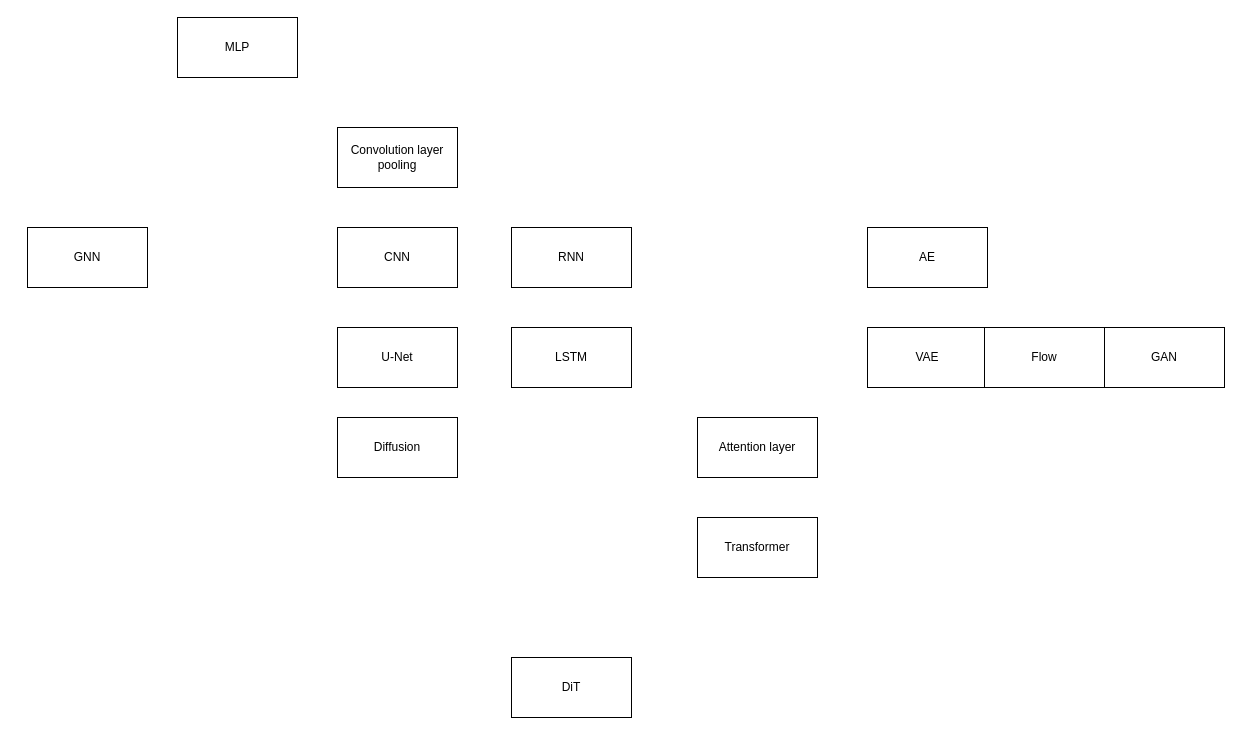
The draw.io diagram deep learning.drawio in shawnguo327/Draw-io-cloud, before the edit. Source tidied: cells renumbered, new cells numbered last; positions are measured from the earlier drawing's top-left corner, leaving out a move shared by most shapes. Both pictures are drawn from the tidied source at 100%, with x=0, y=0 at pixel (27, 17).
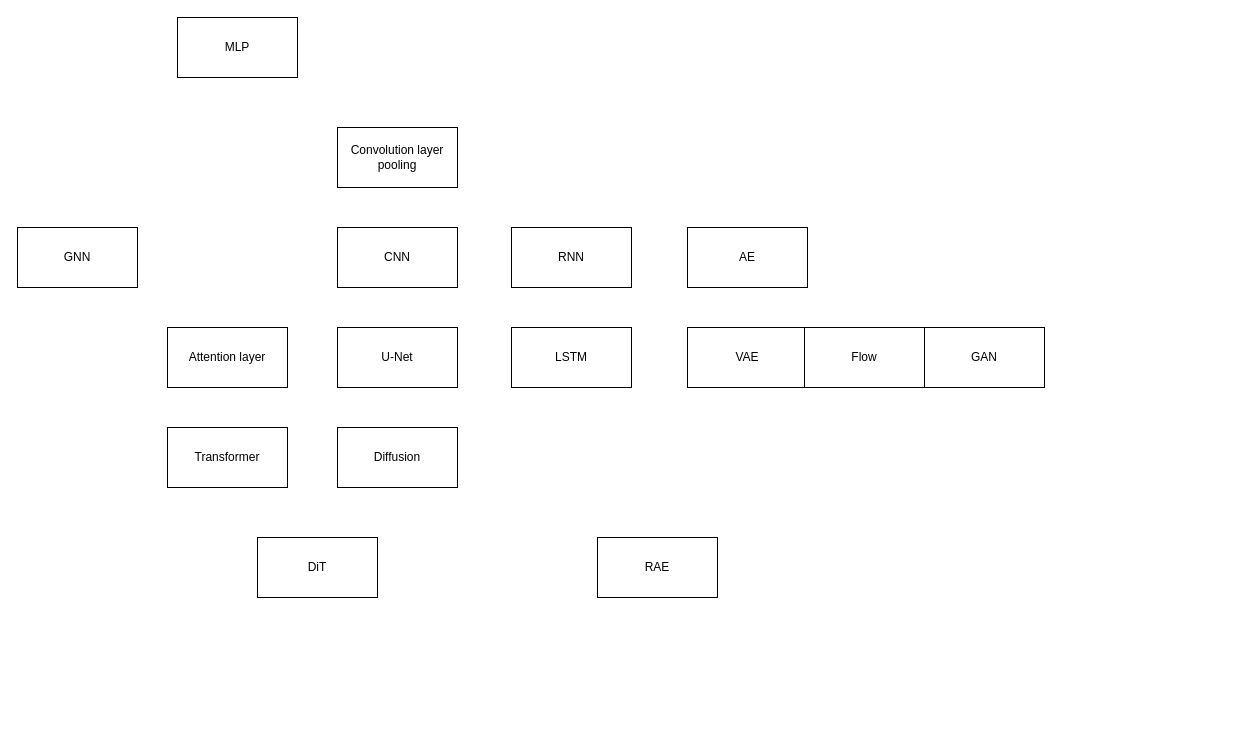
The same page after the edit.

Change to the diagram source:
```diff
@@
 <mxGraphModel>
   <root>
     <mxCell id="0" />
     <mxCell id="1" parent="0" />
     <mxCell id="2" value="MLP" style="rounded=0;whiteSpace=wrap;html=1;" parent="1" vertex="1">
       <mxGeometry x="150" width="120" height="60" as="geometry" />
     </mxCell>
     <mxCell id="3" value="CNN" style="rounded=0;whiteSpace=wrap;html=1;" parent="1" vertex="1">
       <mxGeometry x="310" y="210" width="120" height="60" as="geometry" />
     </mxCell>
     <mxCell id="4" value="RNN" style="rounded=0;whiteSpace=wrap;html=1;" parent="1" vertex="1">
       <mxGeometry x="484" y="210" width="120" height="60" as="geometry" />
     </mxCell>
     <mxCell id="5" value="LSTM" style="rounded=0;whiteSpace=wrap;html=1;" parent="1" vertex="1">
       <mxGeometry x="484" y="310" width="120" height="60" as="geometry" />
     </mxCell>
     <mxCell id="6" value="Attention layer" style="rounded=0;whiteSpace=wrap;html=1;" parent="1" vertex="1">
-      <mxGeometry x="670" y="400" width="120" height="60" as="geometry" />
+      <mxGeometry x="140" y="310" width="120" height="60" as="geometry" />
     </mxCell>
     <mxCell id="7" value="U-Net" style="rounded=0;whiteSpace=wrap;html=1;" parent="1" vertex="1">
       <mxGeometry x="310" y="310" width="120" height="60" as="geometry" />
     </mxCell>
     <mxCell id="8" value="Transformer" style="rounded=0;whiteSpace=wrap;html=1;" parent="1" vertex="1">
-      <mxGeometry x="670" y="500" width="120" height="60" as="geometry" />
+      <mxGeometry x="140" y="410" width="120" height="60" as="geometry" />
     </mxCell>
     <mxCell id="9" value="VAE" style="rounded=0;whiteSpace=wrap;html=1;" parent="1" vertex="1">
-      <mxGeometry x="840" y="310" width="120" height="60" as="geometry" />
+      <mxGeometry x="660" y="310" width="120" height="60" as="geometry" />
     </mxCell>
     <mxCell id="10" value="AE" style="rounded=0;whiteSpace=wrap;html=1;" parent="1" vertex="1">
-      <mxGeometry x="840" y="210" width="120" height="60" as="geometry" />
+      <mxGeometry x="660" y="210" width="120" height="60" as="geometry" />
     </mxCell>
     <mxCell id="11" value="Convolution layer&lt;div&gt;pooling&lt;/div&gt;" style="rounded=0;whiteSpace=wrap;html=1;" parent="1" vertex="1">
       <mxGeometry x="310" y="110" width="120" height="60" as="geometry" />
     </mxCell>
     <mxCell id="12" value="Flow" style="rounded=0;whiteSpace=wrap;html=1;" parent="1" vertex="1">
-      <mxGeometry x="957" y="310" width="120" height="60" as="geometry" />
+      <mxGeometry x="777" y="310" width="120" height="60" as="geometry" />
     </mxCell>
     <mxCell id="13" value="GAN" style="rounded=0;whiteSpace=wrap;html=1;" parent="1" vertex="1">
-      <mxGeometry x="1077" y="310" width="120" height="60" as="geometry" />
+      <mxGeometry x="897" y="310" width="120" height="60" as="geometry" />
     </mxCell>
     <mxCell id="14" value="GNN" style="rounded=0;whiteSpace=wrap;html=1;" parent="1" vertex="1">
-      <mxGeometry y="210" width="120" height="60" as="geometry" />
+      <mxGeometry x="-10" y="210" width="120" height="60" as="geometry" />
     </mxCell>
     <mxCell id="15" value="Diffusion" style="rounded=0;whiteSpace=wrap;html=1;" parent="1" vertex="1">
-      <mxGeometry x="310" y="400" width="120" height="60" as="geometry" />
+      <mxGeometry x="310" y="410" width="120" height="60" as="geometry" />
     </mxCell>
     <mxCell id="16" value="DiT" style="rounded=0;whiteSpace=wrap;html=1;" parent="1" vertex="1">
-      <mxGeometry x="484" y="640" width="120" height="60" as="geometry" />
+      <mxGeometry x="230" y="520" width="120" height="60" as="geometry" />
     </mxCell>
+    <mxCell id="17" value="RAE" style="rounded=0;whiteSpace=wrap;html=1;" parent="1" vertex="1">
+      <mxGeometry x="570" y="520" width="120" height="60" as="geometry" />
+    </mxCell>
   </root>
 </mxGraphModel>
```
